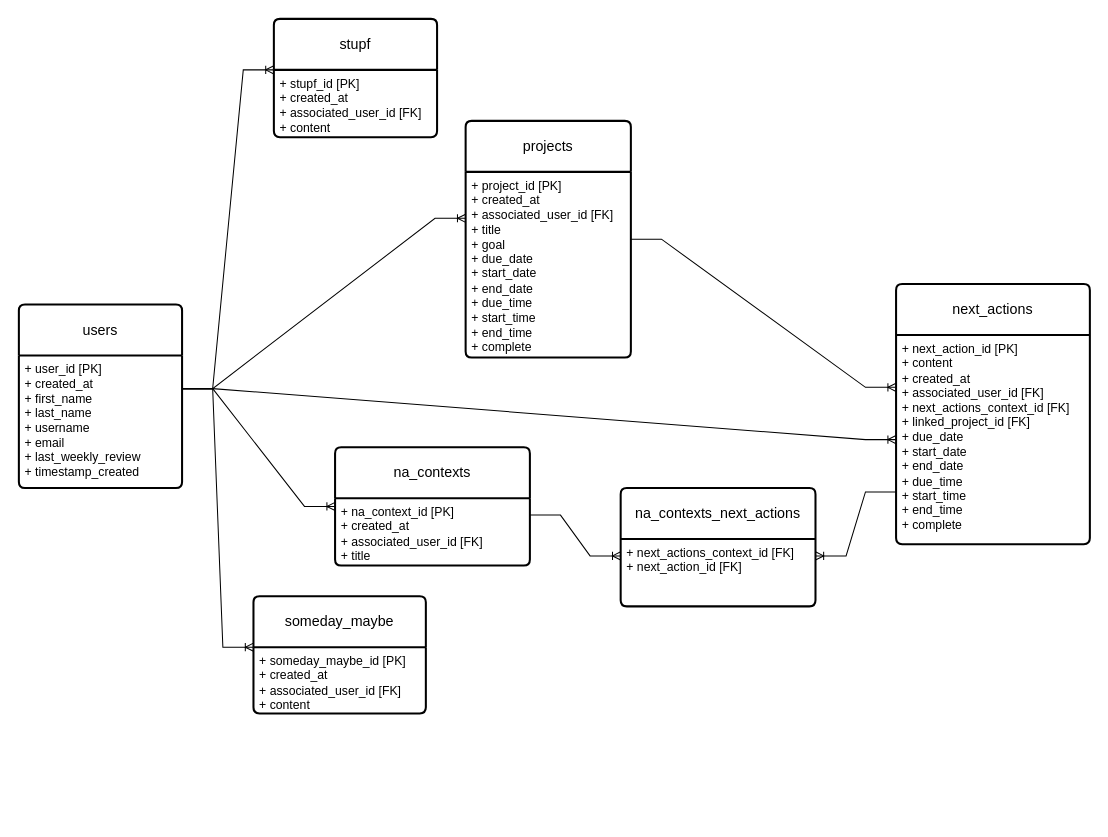
Before: api/erd.drawio in joshrnoll/clearminder, a draw.io diagram. Source tidied: cells renumbered, new cells numbered last; positions are measured from the earlier drawing's top-left corner, leaving out a move shared by most shapes. Both pictures are drawn from the tidied source at 102%, with x=0, y=0 at pixel (18, 18).
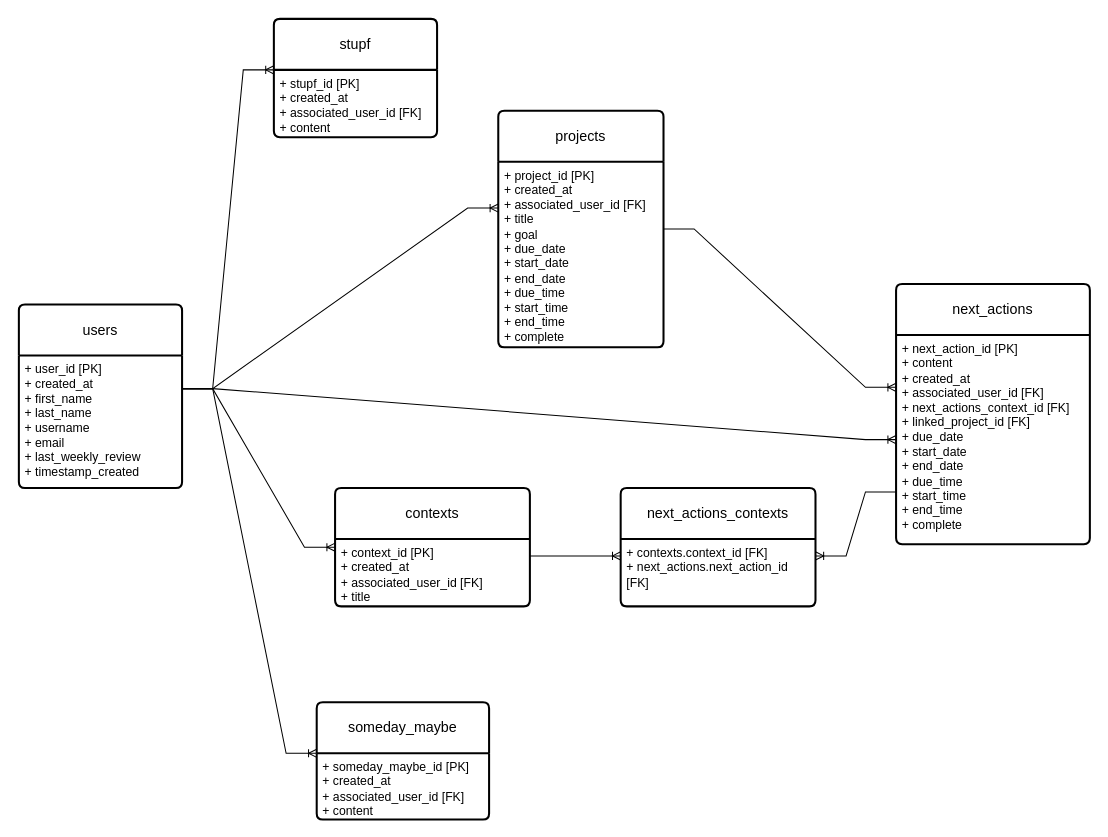
The same diagram, later.

Commit message (it also covers changes not shown here):
add next_actions_context join table

What changed in the source:
```diff
@@
     <mxCell id="6" value="projects" style="swimlane;horizontal=1;startSize=50;rounded=1;fontSize=14;fontStyle=0;strokeWidth=2;shadow=0;dashed=0;align=center;arcSize=4;whiteSpace=wrap;html=1;" parent="1" vertex="1">
-      <mxGeometry x="438" y="100" width="162" height="232" as="geometry" />
+      <mxGeometry x="470" y="90" width="162" height="232" as="geometry" />
     </mxCell>
@@
     <mxCell id="8" value="someday_maybe" style="swimlane;horizontal=1;startSize=50;rounded=1;fontSize=14;fontStyle=0;strokeWidth=2;shadow=0;dashed=0;align=center;arcSize=4;whiteSpace=wrap;html=1;" parent="1" vertex="1">
-      <mxGeometry x="230" y="566" width="169" height="115" as="geometry" />
+      <mxGeometry x="292" y="670" width="169" height="115" as="geometry" />
     </mxCell>
@@
-    <mxCell id="10" value="na_contexts" style="swimlane;horizontal=1;startSize=50;rounded=1;fontSize=14;fontStyle=0;strokeWidth=2;shadow=0;dashed=0;align=center;arcSize=4;whiteSpace=wrap;html=1;" parent="1" vertex="1">
-      <mxGeometry x="310" y="420" width="191" height="116" as="geometry" />
+    <mxCell id="10" value="contexts" style="swimlane;horizontal=1;startSize=50;rounded=1;fontSize=14;fontStyle=0;strokeWidth=2;shadow=0;dashed=0;align=center;arcSize=4;whiteSpace=wrap;html=1;" parent="1" vertex="1">
+      <mxGeometry x="310" y="460" width="191" height="116" as="geometry" />
     </mxCell>
-    <mxCell id="11" value="+ na_context_id [PK]&lt;div&gt;+ created_at&lt;/div&gt;&lt;div&gt;+ associated_user_id [FK]&lt;/div&gt;&lt;div&gt;+ title&lt;/div&gt;" style="align=left;strokeColor=none;fillColor=none;spacingLeft=4;spacingRight=4;fontSize=12;verticalAlign=top;html=1;whiteSpace=wrap;" parent="10" vertex="1">
+    <mxCell id="11" value="+ context_id [PK]&lt;div&gt;+ created_at&lt;/div&gt;&lt;div&gt;+ associated_user_id [FK]&lt;/div&gt;&lt;div&gt;+ title&lt;/div&gt;" style="align=left;strokeColor=none;fillColor=none;spacingLeft=4;spacingRight=4;fontSize=12;verticalAlign=top;html=1;whiteSpace=wrap;" parent="10" vertex="1">
       <mxGeometry y="50" width="191" height="66" as="geometry" />
     </mxCell>
@@
-    <mxCell id="21" value="na_contexts_next_actions" style="swimlane;horizontal=1;startSize=50;rounded=1;fontSize=14;fontStyle=0;strokeWidth=2;shadow=0;dashed=0;align=center;arcSize=4;whiteSpace=wrap;html=1;" parent="1" vertex="1">
+    <mxCell id="21" value="next_actions_contexts" style="swimlane;horizontal=1;startSize=50;rounded=1;fontSize=14;fontStyle=0;strokeWidth=2;shadow=0;dashed=0;align=center;arcSize=4;whiteSpace=wrap;html=1;" parent="1" vertex="1">
       <mxGeometry x="590" y="460" width="191" height="116" as="geometry" />
     </mxCell>
-    <mxCell id="22" value="+ next_actions_context_id [FK]&lt;div&gt;+ next_action_id [FK]&lt;/div&gt;" style="align=left;strokeColor=none;fillColor=none;spacingLeft=4;spacingRight=4;fontSize=12;verticalAlign=top;html=1;whiteSpace=wrap;" parent="21" vertex="1">
+    <mxCell id="22" value="+ contexts.context_id [FK]&lt;div&gt;+ next_actions.next_action_id [FK]&lt;/div&gt;" style="align=left;strokeColor=none;fillColor=none;spacingLeft=4;spacingRight=4;fontSize=12;verticalAlign=top;html=1;whiteSpace=wrap;" parent="21" vertex="1">
       <mxGeometry y="50" width="191" height="66" as="geometry" />
     </mxCell>
```
